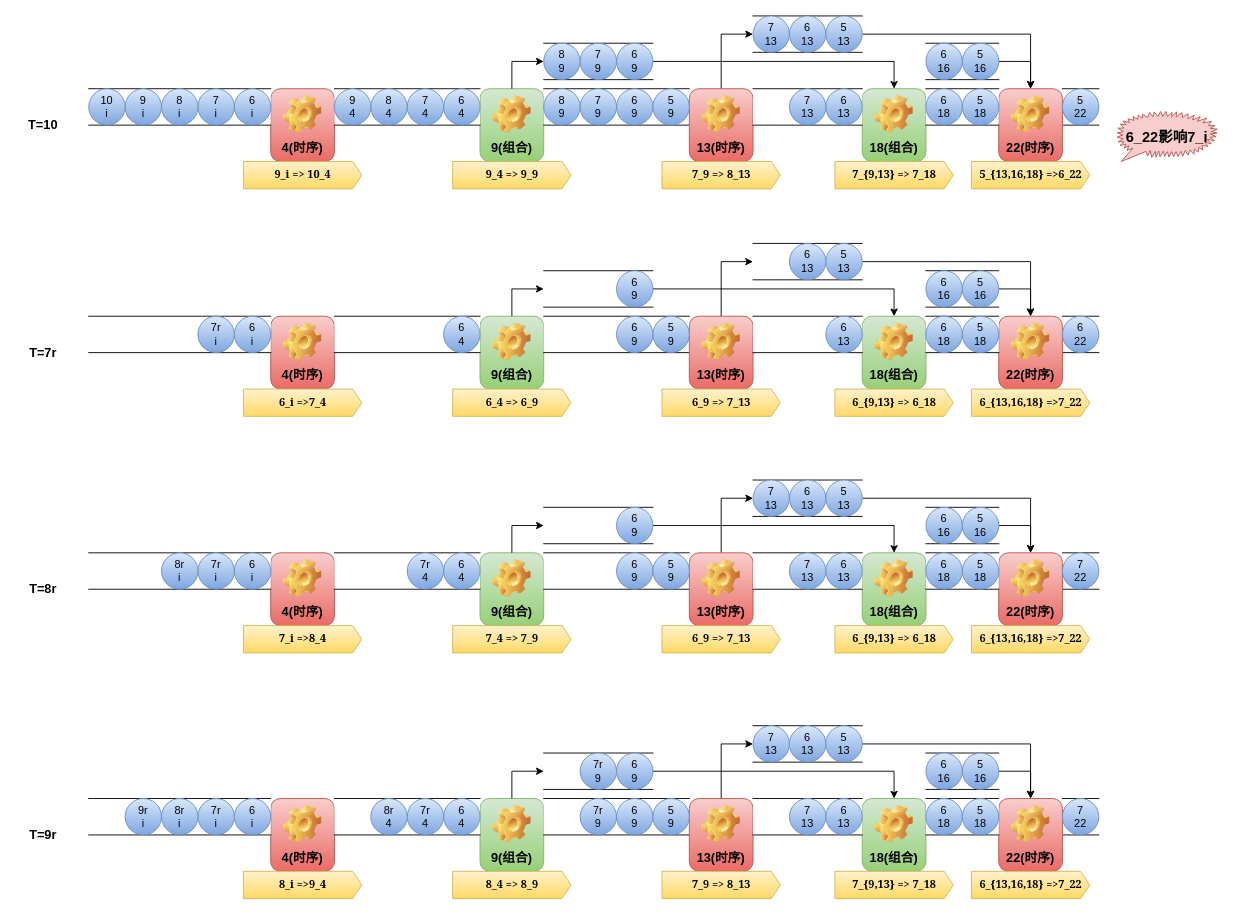
Before: verilator_digrams/推测执行.drawio in Dercury/CLDK, a draw.io diagram. Source tidied: cells renumbered, new cells numbered last; positions are measured from the earlier drawing's top-left corner, leaving out a move shared by most shapes. Both pictures are drawn from the tidied source at 91%, with x=0, y=0 at pixel (15, 15).
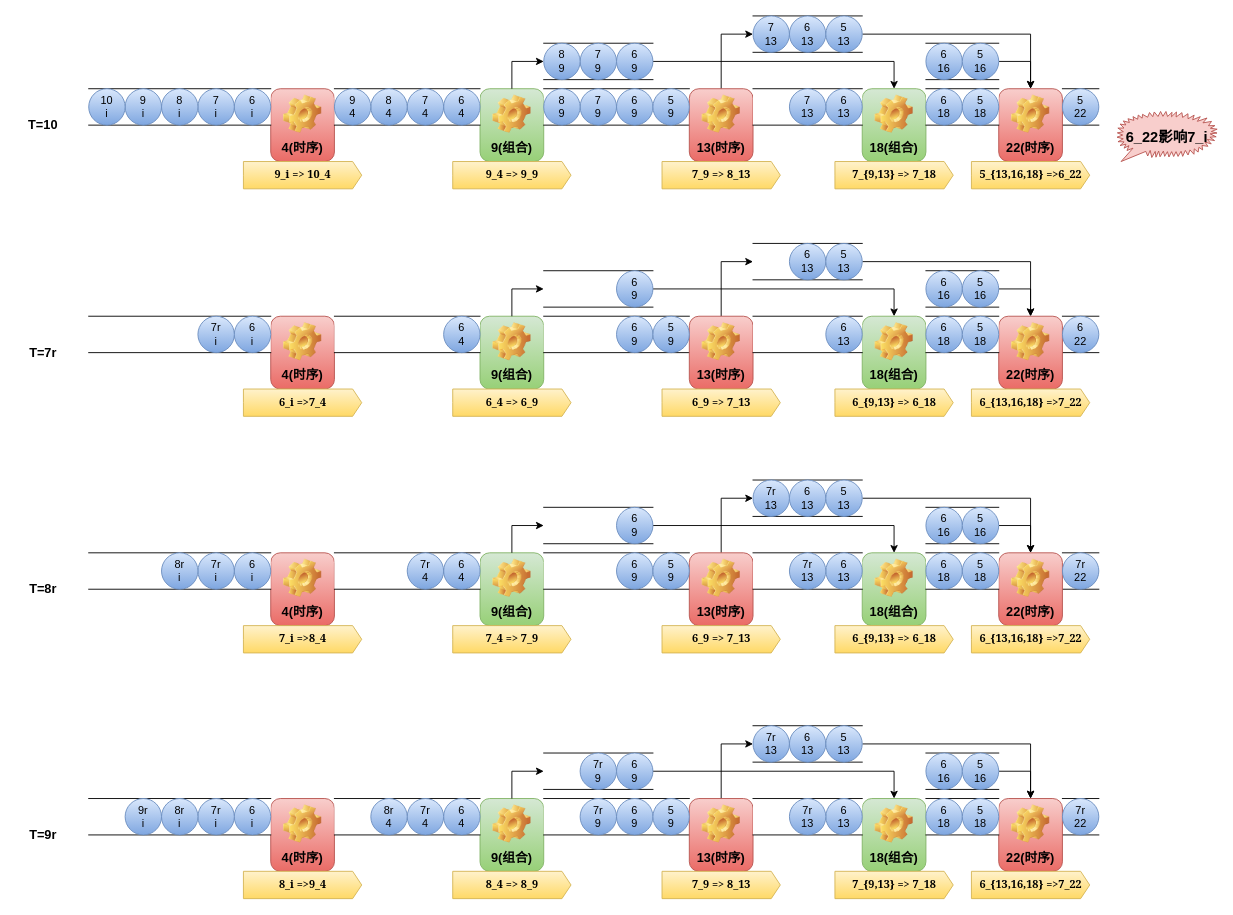
The same page after the edit.

Commit message (it also covers changes not shown here):
更新推测执行.drawio

What changed in the source:
```diff
@@
-    <mxCell id="123" value="&lt;div&gt;7&lt;/div&gt;&lt;div&gt;22&lt;/div&gt;" style="ellipse;whiteSpace=wrap;html=1;fillColor=#dae8fc;gradientColor=#7ea6e0;strokeColor=#6c8ebf;" parent="1" vertex="1">
+    <mxCell id="123" value="&lt;div&gt;7r&lt;/div&gt;&lt;div&gt;22&lt;/div&gt;" style="ellipse;whiteSpace=wrap;html=1;fillColor=#dae8fc;gradientColor=#7ea6e0;strokeColor=#6c8ebf;" parent="1" vertex="1">
       <mxGeometry x="1150" y="590" width="40" height="40" as="geometry" />
     </mxCell>
@@
-    <mxCell id="134" value="&lt;div&gt;7&lt;/div&gt;&lt;div&gt;13&lt;/div&gt;" style="ellipse;whiteSpace=wrap;html=1;fillColor=#dae8fc;gradientColor=#7ea6e0;strokeColor=#6c8ebf;" parent="1" vertex="1">
+    <mxCell id="134" value="&lt;div&gt;7r&lt;/div&gt;&lt;div&gt;13&lt;/div&gt;" style="ellipse;whiteSpace=wrap;html=1;fillColor=#dae8fc;gradientColor=#7ea6e0;strokeColor=#6c8ebf;" parent="1" vertex="1">
       <mxGeometry x="850" y="590" width="40" height="40" as="geometry" />
     </mxCell>
-    <mxCell id="135" value="&lt;div&gt;7&lt;/div&gt;&lt;div&gt;13&lt;/div&gt;" style="ellipse;whiteSpace=wrap;html=1;fillColor=#dae8fc;gradientColor=#7ea6e0;strokeColor=#6c8ebf;" parent="1" vertex="1">
+    <mxCell id="135" value="&lt;div&gt;7r&lt;/div&gt;&lt;div&gt;13&lt;/div&gt;" style="ellipse;whiteSpace=wrap;html=1;fillColor=#dae8fc;gradientColor=#7ea6e0;strokeColor=#6c8ebf;" parent="1" vertex="1">
       <mxGeometry x="810" y="510" width="40" height="40" as="geometry" />
     </mxCell>
@@
-    <mxCell id="166" value="&lt;div&gt;7&lt;/div&gt;&lt;div&gt;22&lt;/div&gt;" style="ellipse;whiteSpace=wrap;html=1;fillColor=#dae8fc;gradientColor=#7ea6e0;strokeColor=#6c8ebf;" parent="1" vertex="1">
+    <mxCell id="166" value="&lt;div&gt;7r&lt;/div&gt;&lt;div&gt;22&lt;/div&gt;" style="ellipse;whiteSpace=wrap;html=1;fillColor=#dae8fc;gradientColor=#7ea6e0;strokeColor=#6c8ebf;" parent="1" vertex="1">
       <mxGeometry x="1150" y="860" width="40" height="40" as="geometry" />
     </mxCell>
@@
-    <mxCell id="177" value="&lt;div&gt;7&lt;/div&gt;&lt;div&gt;13&lt;/div&gt;" style="ellipse;whiteSpace=wrap;html=1;fillColor=#dae8fc;gradientColor=#7ea6e0;strokeColor=#6c8ebf;" parent="1" vertex="1">
+    <mxCell id="177" value="&lt;div&gt;7r&lt;/div&gt;&lt;div&gt;13&lt;/div&gt;" style="ellipse;whiteSpace=wrap;html=1;fillColor=#dae8fc;gradientColor=#7ea6e0;strokeColor=#6c8ebf;" parent="1" vertex="1">
       <mxGeometry x="850" y="860" width="40" height="40" as="geometry" />
     </mxCell>
-    <mxCell id="178" value="&lt;div&gt;7&lt;/div&gt;&lt;div&gt;13&lt;/div&gt;" style="ellipse;whiteSpace=wrap;html=1;fillColor=#dae8fc;gradientColor=#7ea6e0;strokeColor=#6c8ebf;" parent="1" vertex="1">
+    <mxCell id="178" value="&lt;div&gt;7r&lt;/div&gt;&lt;div&gt;13&lt;/div&gt;" style="ellipse;whiteSpace=wrap;html=1;fillColor=#dae8fc;gradientColor=#7ea6e0;strokeColor=#6c8ebf;" parent="1" vertex="1">
       <mxGeometry x="810" y="780" width="40" height="40" as="geometry" />
     </mxCell>
```
